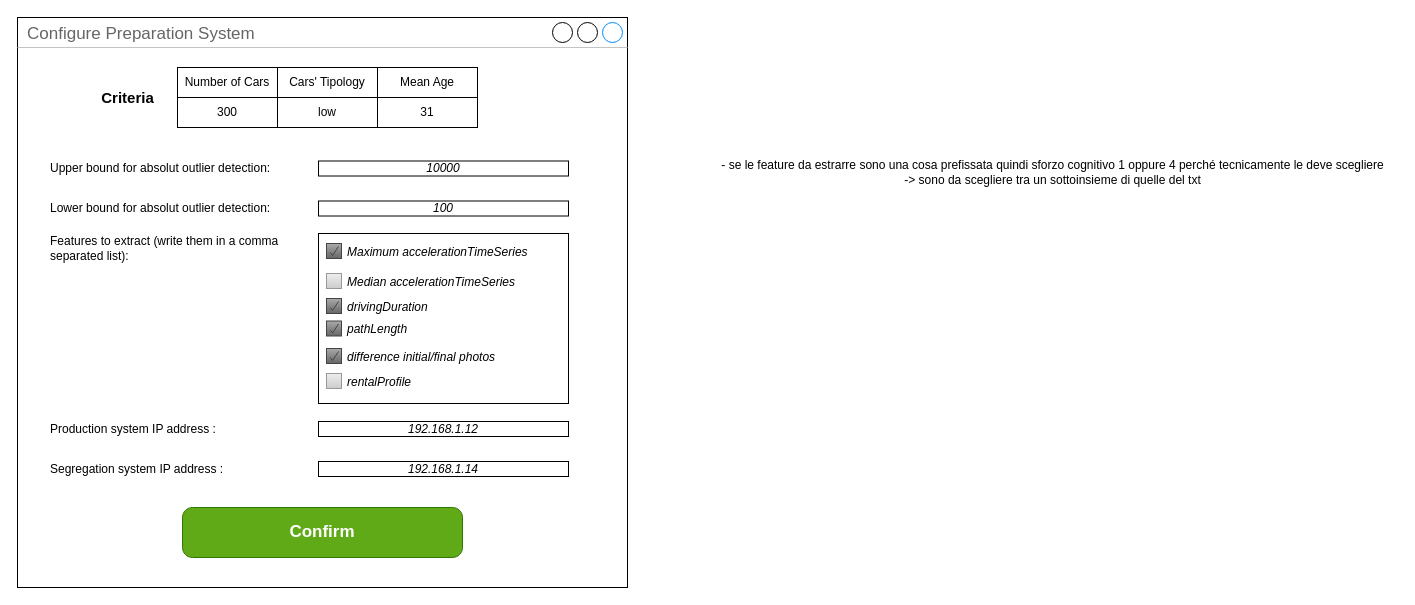
Before: configure/preparation system (CAPE)/preparation_system.drawio in BaffoBello14/AutomaticDamagesRecognition, a draw.io diagram. Source tidied: cells renumbered, new cells numbered last; positions are measured from the earlier drawing's top-left corner, leaving out a move shared by most shapes. Both pictures are drawn from the tidied source at 100%, with x=0, y=0 at pixel (17, 17).
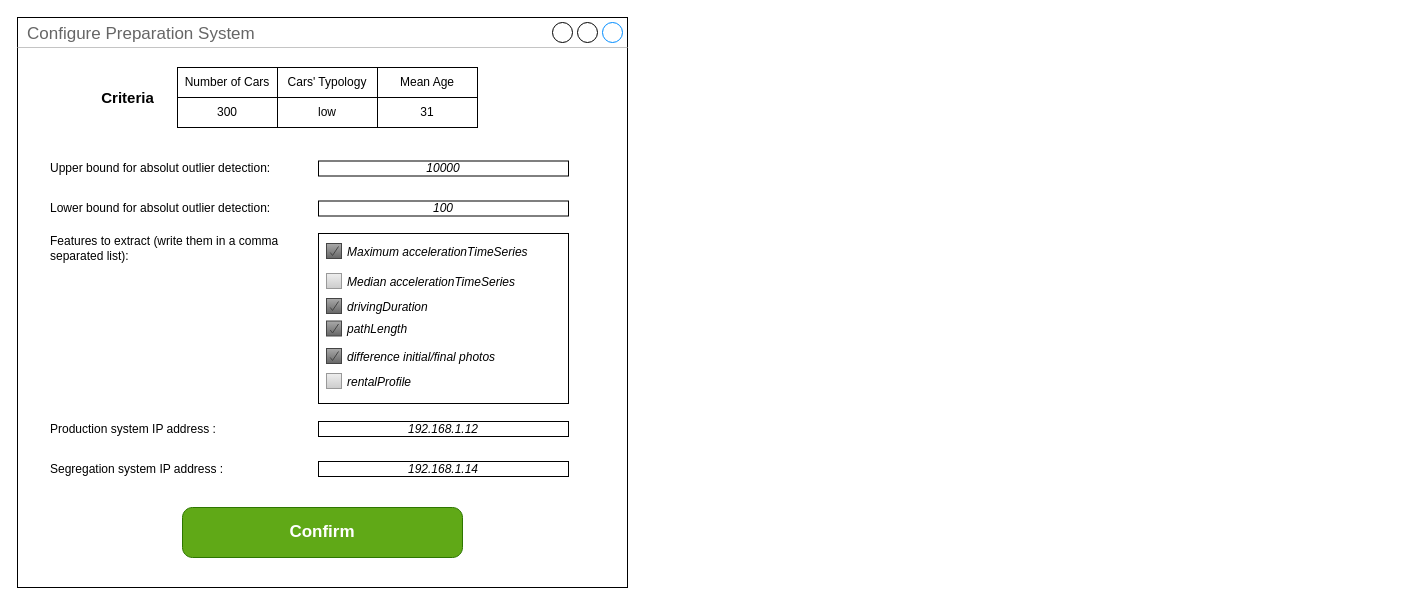
The same page after the edit.

Unchanged cells that the change refers to:
```xml
<mxCell id="21" style="group;" parent="1" vertex="1">
  <mxGeometry x="160" y="50" width="300" height="60" as="geometry" />
</mxCell>
```

Change to the diagram source:
```diff
@@
-    <mxCell id="20" value="&lt;div&gt;- se le feature da estrarre sono una cosa prefissata quindi sforzo cognitivo 1 oppure 4 perché tecnicamente le deve scegliere&lt;/div&gt;&lt;div&gt;-&amp;gt; sono da scegliere tra un sottoinsieme di quelle del txt&lt;/div&gt;" style="text;html=1;align=center;verticalAlign=middle;strokeColor=none;fillColor=none;" parent="1" vertex="1">
-      <mxGeometry x="690" y="135" width="690" height="40" as="geometry" />
-    </mxCell>
@@
-    <mxCell id="23" value="Cars' Tipology" style="whiteSpace=wrap;html=1;" parent="21" vertex="1">
+    <mxCell id="23" value="Cars' Typology" style="whiteSpace=wrap;html=1;" parent="21" vertex="1">
       <mxGeometry x="100" width="100" height="30" as="geometry" />
     </mxCell>
```
